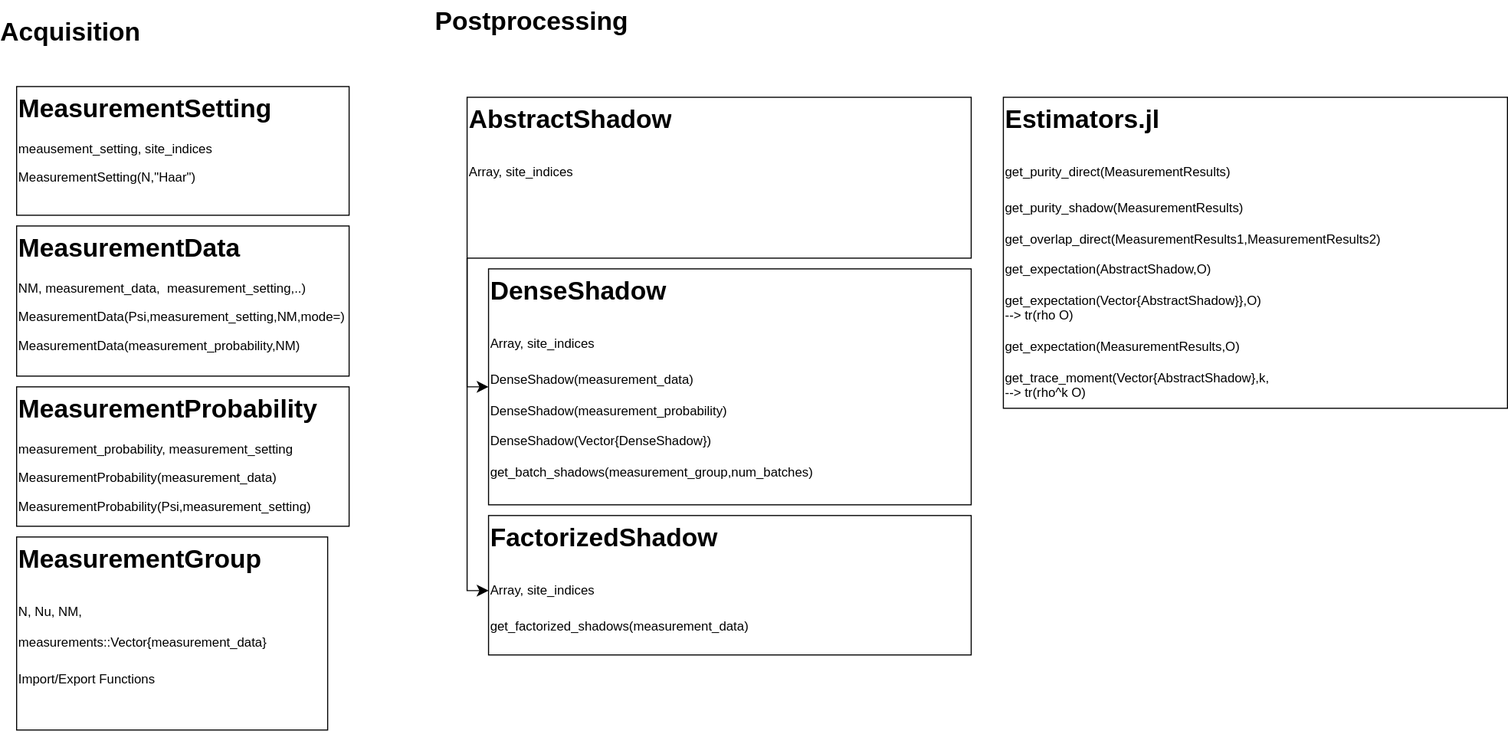
bvermersch/RandomMeas.jl keeps this draw.io diagram as StructureRandomMeas.drawio.svg. Above is the earlier version. Source tidied: cells renumbered, new cells last; positions are measured from the earlier drawing's top-left corner, leaving out a move shared by most shapes.
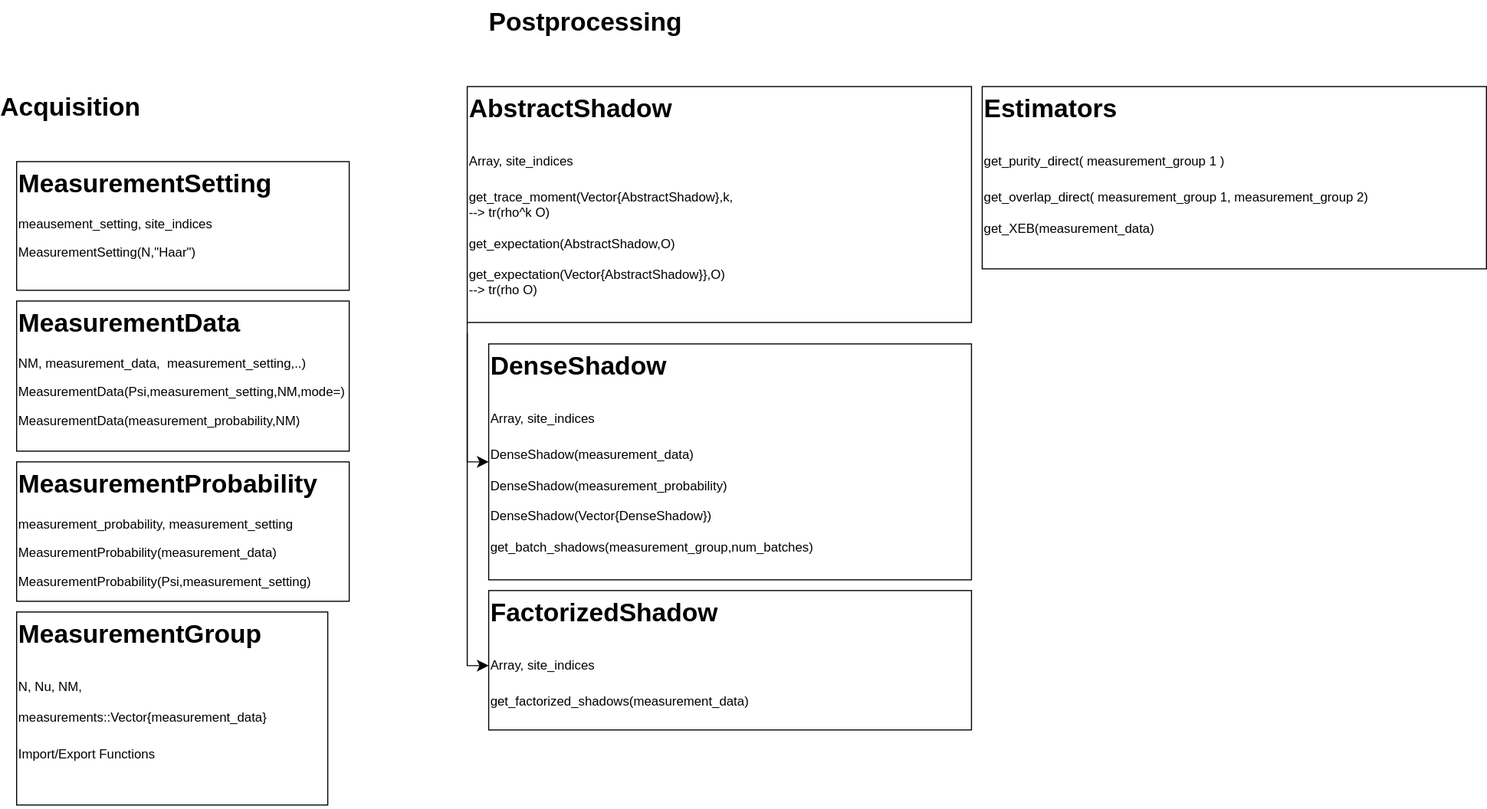
Later version of the same file.

Change to the diagram source:
```diff
@@ -17,8 +17,8 @@
     <mxCell id="6" value="&lt;h1 style=&quot;margin-top: 0px;&quot;&gt;&lt;span style=&quot;background-color: transparent; color: light-dark(rgb(0, 0, 0), rgb(255, 255, 255));&quot;&gt;FactorizedShadow&lt;/span&gt;&lt;/h1&gt;&lt;h1 style=&quot;margin-top: 0px;&quot;&gt;&lt;span style=&quot;background-color: transparent; color: light-dark(rgb(0, 0, 0), rgb(255, 255, 255)); font-size: 12px; font-weight: normal;&quot;&gt;Array, site_indices&lt;/span&gt;&lt;/h1&gt;&lt;div&gt;get_factorized_shadows(measurement_data)&lt;/div&gt;&lt;div&gt;&lt;br&gt;&lt;/div&gt;&lt;div&gt;&lt;br&gt;&lt;/div&gt;" style="text;html=1;whiteSpace=wrap;overflow=hidden;rounded=0;strokeColor=default;" parent="1" vertex="1">
       <mxGeometry x="440" y="480" width="450" height="130" as="geometry" />
     </mxCell>
-    <mxCell id="7" value="&lt;h1 style=&quot;margin-top: 0px;&quot;&gt;&lt;span style=&quot;background-color: transparent; color: light-dark(rgb(0, 0, 0), rgb(255, 255, 255));&quot;&gt;Estimators.jl&lt;/span&gt;&lt;/h1&gt;&lt;h1 style=&quot;margin-top: 0px;&quot;&gt;&lt;span style=&quot;background-color: transparent; color: light-dark(rgb(0, 0, 0), rgb(255, 255, 255)); font-size: 12px; font-weight: normal;&quot;&gt;get_purity_direct(MeasurementResults)&lt;br&gt;&lt;/span&gt;&lt;/h1&gt;&lt;div&gt;get_purity_shadow(MeasurementResults)&lt;/div&gt;&lt;div&gt;&lt;br&gt;&lt;/div&gt;&lt;div&gt;&lt;span style=&quot;background-color: transparent; color: light-dark(rgb(0, 0, 0), rgb(255, 255, 255)); font-size: 12px; font-weight: normal;&quot;&gt;get_overlap_direct(MeasurementResults1,MeasurementResults2)&lt;/span&gt;&lt;/div&gt;&lt;div&gt;&lt;span style=&quot;background-color: transparent; color: light-dark(rgb(0, 0, 0), rgb(255, 255, 255)); font-size: 12px; font-weight: normal;&quot;&gt;&lt;br&gt;&lt;/span&gt;&lt;/div&gt;&lt;div&gt;&lt;div&gt;&lt;span style=&quot;background-color: transparent; color: light-dark(rgb(0, 0, 0), rgb(255, 255, 255));&quot;&gt;get_expectation(AbstractShadow,O)&lt;/span&gt;&lt;/div&gt;&lt;/div&gt;&lt;div&gt;&lt;br&gt;&lt;/div&gt;&lt;div&gt;&lt;div&gt;&lt;span style=&quot;background-color: transparent; color: light-dark(rgb(0, 0, 0), rgb(255, 255, 255));&quot;&gt;get_expectation(Vector{AbstractShadow}},O)&lt;/span&gt;&lt;/div&gt;&lt;/div&gt;&lt;div&gt;&lt;span style=&quot;background-color: transparent; color: light-dark(rgb(0, 0, 0), rgb(255, 255, 255));&quot;&gt;--&amp;gt; tr(rho O)&lt;/span&gt;&lt;/div&gt;&lt;div&gt;&lt;span style=&quot;background-color: transparent; color: light-dark(rgb(0, 0, 0), rgb(255, 255, 255));&quot;&gt;&lt;br&gt;&lt;/span&gt;&lt;/div&gt;&lt;div&gt;&lt;span style=&quot;background-color: transparent; color: light-dark(rgb(0, 0, 0), rgb(255, 255, 255));&quot;&gt;get_expectation(MeasurementResults,O)&lt;/span&gt;&lt;/div&gt;&lt;div&gt;&lt;br&gt;&lt;/div&gt;&lt;div&gt;get_trace_moment(Vector{AbstractShadow},k,&lt;/div&gt;&lt;div&gt;--&amp;gt; tr(rho^k O)&lt;/div&gt;&lt;div&gt;&lt;br&gt;&lt;/div&gt;&lt;div&gt;&lt;br&gt;&lt;/div&gt;&lt;div&gt;&lt;br&gt;&lt;/div&gt;" style="text;html=1;whiteSpace=wrap;overflow=hidden;rounded=0;strokeColor=default;" parent="1" vertex="1">
-      <mxGeometry x="920" y="90" width="470" height="290" as="geometry" />
+    <mxCell id="7" value="&lt;h1 style=&quot;margin-top: 0px;&quot;&gt;&lt;span style=&quot;background-color: transparent; color: light-dark(rgb(0, 0, 0), rgb(255, 255, 255));&quot;&gt;Estimators&lt;/span&gt;&lt;/h1&gt;&lt;h1 style=&quot;margin-top: 0px;&quot;&gt;&lt;span style=&quot;background-color: transparent; color: light-dark(rgb(0, 0, 0), rgb(255, 255, 255)); font-size: 12px; font-weight: normal;&quot;&gt;get_purity_direct(&lt;/span&gt;&lt;span style=&quot;font-size: 12px; font-weight: 400;&quot;&gt;measurement_group&lt;/span&gt;&lt;span style=&quot;border-color: var(--border-color); color: light-dark(rgb(0, 0, 0), rgb(255, 255, 255)); font-size: 12px; font-weight: normal; background-color: transparent;&quot;&gt;1&lt;/span&gt;&lt;span style=&quot;background-color: transparent; color: light-dark(rgb(0, 0, 0), rgb(255, 255, 255)); font-size: 12px; font-weight: normal;&quot;&gt;)&lt;br&gt;&lt;/span&gt;&lt;/h1&gt;&lt;div&gt;&lt;span style=&quot;background-color: transparent; color: light-dark(rgb(0, 0, 0), rgb(255, 255, 255));&quot;&gt;get_overlap_direct(&lt;/span&gt;&lt;span style=&quot;background-color: initial;&quot;&gt;measurement_group&lt;/span&gt;&lt;span style=&quot;background-color: transparent; color: light-dark(rgb(0, 0, 0), rgb(255, 255, 255));&quot;&gt;1,&lt;/span&gt;&lt;span style=&quot;background-color: initial;&quot;&gt;measurement_group&lt;/span&gt;&lt;span style=&quot;background-color: transparent; color: light-dark(rgb(0, 0, 0), rgb(255, 255, 255));&quot;&gt;2)&lt;/span&gt;&lt;br&gt;&lt;/div&gt;&lt;div&gt;&lt;span style=&quot;background-color: transparent; color: light-dark(rgb(0, 0, 0), rgb(255, 255, 255)); font-size: 12px; font-weight: normal;&quot;&gt;&lt;br&gt;&lt;/span&gt;&lt;/div&gt;&lt;div&gt;&lt;span style=&quot;background-color: transparent; color: light-dark(rgb(0, 0, 0), rgb(255, 255, 255)); font-size: 12px; font-weight: normal;&quot;&gt;get_XEB(measurement_data)&lt;/span&gt;&lt;/div&gt;&lt;div&gt;&lt;br&gt;&lt;/div&gt;&lt;div&gt;&lt;br&gt;&lt;/div&gt;" style="text;html=1;whiteSpace=wrap;overflow=hidden;rounded=0;strokeColor=default;" parent="1" vertex="1">
+      <mxGeometry x="900" y="10" width="470" height="170" as="geometry" />
     </mxCell>
     <mxCell id="8" value="&lt;h1 style=&quot;margin-top: 0px;&quot;&gt;MeasurementGroup&lt;/h1&gt;&lt;h1 style=&quot;margin-top: 0px;&quot;&gt;&lt;span style=&quot;background-color: transparent; color: light-dark(rgb(0, 0, 0), rgb(255, 255, 255)); font-size: 12px; font-weight: normal;&quot;&gt;N, Nu, NM, measurements::Vector{measurement_data}&lt;/span&gt;&lt;/h1&gt;&lt;p&gt;Import/Export Functions&lt;/p&gt;&lt;p&gt;&lt;br&gt;&lt;/p&gt;&lt;p&gt;&lt;br&gt;&lt;/p&gt;" style="text;html=1;whiteSpace=wrap;overflow=hidden;rounded=0;strokeColor=default;" parent="1" vertex="1">
       <mxGeometry y="500" width="290" height="180" as="geometry" />
@@ -27,10 +27,10 @@
       <mxGeometry y="10" width="100" height="40" as="geometry" />
     </mxCell>
     <mxCell id="10" value="Postprocessing" style="text;strokeColor=none;fillColor=none;html=1;fontSize=24;fontStyle=1;verticalAlign=middle;align=center;" parent="1" vertex="1">
-      <mxGeometry x="440" width="80" height="40" as="geometry" />
+      <mxGeometry x="490" y="-70" width="80" height="40" as="geometry" />
     </mxCell>
-    <mxCell id="11" value="&lt;h1 style=&quot;margin-top: 0px;&quot;&gt;&lt;span style=&quot;background-color: transparent; color: light-dark(rgb(0, 0, 0), rgb(255, 255, 255));&quot;&gt;AbstractShadow&lt;/span&gt;&lt;/h1&gt;&lt;h1 style=&quot;margin-top: 0px;&quot;&gt;&lt;span style=&quot;background-color: transparent; color: light-dark(rgb(0, 0, 0), rgb(255, 255, 255)); font-size: 12px; font-weight: normal;&quot;&gt;Array, site_indices&lt;/span&gt;&lt;br&gt;&lt;/h1&gt;&lt;div&gt;&lt;br&gt;&lt;/div&gt;" style="text;html=1;whiteSpace=wrap;overflow=hidden;rounded=0;strokeColor=default;" parent="1" vertex="1">
-      <mxGeometry x="420" y="90" width="470" height="150" as="geometry" />
+    <mxCell id="11" value="&lt;h1 style=&quot;margin-top: 0px;&quot;&gt;&lt;span style=&quot;background-color: transparent; color: light-dark(rgb(0, 0, 0), rgb(255, 255, 255));&quot;&gt;AbstractShadow&lt;/span&gt;&lt;/h1&gt;&lt;h1 style=&quot;margin-top: 0px;&quot;&gt;&lt;span style=&quot;background-color: transparent; color: light-dark(rgb(0, 0, 0), rgb(255, 255, 255)); font-size: 12px; font-weight: normal;&quot;&gt;Array, site_indices&lt;/span&gt;&lt;br&gt;&lt;/h1&gt;&lt;div&gt;&lt;div style=&quot;border-color: var(--border-color);&quot;&gt;get_trace_moment(Vector{AbstractShadow},k,&lt;/div&gt;&lt;div style=&quot;border-color: var(--border-color);&quot;&gt;--&amp;gt; tr(rho^k O)&lt;/div&gt;&lt;/div&gt;&lt;div style=&quot;border-color: var(--border-color);&quot;&gt;&lt;br&gt;&lt;/div&gt;&lt;div style=&quot;border-color: var(--border-color);&quot;&gt;&lt;div style=&quot;border-color: var(--border-color);&quot;&gt;&lt;div style=&quot;border-color: var(--border-color);&quot;&gt;&lt;span style=&quot;border-color: var(--border-color); background-color: transparent; color: light-dark(rgb(0, 0, 0), rgb(255, 255, 255));&quot;&gt;get_expectation(AbstractShadow,O)&lt;/span&gt;&lt;/div&gt;&lt;/div&gt;&lt;div style=&quot;border-color: var(--border-color);&quot;&gt;&lt;br style=&quot;border-color: var(--border-color);&quot;&gt;&lt;/div&gt;&lt;div style=&quot;border-color: var(--border-color);&quot;&gt;&lt;div style=&quot;border-color: var(--border-color);&quot;&gt;&lt;span style=&quot;border-color: var(--border-color); background-color: transparent; color: light-dark(rgb(0, 0, 0), rgb(255, 255, 255));&quot;&gt;get_expectation(Vector{AbstractShadow}},O)&lt;/span&gt;&lt;/div&gt;&lt;/div&gt;&lt;div style=&quot;border-color: var(--border-color);&quot;&gt;&lt;span style=&quot;border-color: var(--border-color); background-color: transparent; color: light-dark(rgb(0, 0, 0), rgb(255, 255, 255));&quot;&gt;--&amp;gt; tr(rho O)&lt;/span&gt;&lt;/div&gt;&lt;/div&gt;" style="text;html=1;whiteSpace=wrap;overflow=hidden;rounded=0;strokeColor=default;" parent="1" vertex="1">
+      <mxGeometry x="420" y="10" width="470" height="220" as="geometry" />
     </mxCell>
     <mxCell id="12" style="edgeStyle=segmentEdgeStyle;endArrow=classic;html=1;curved=0;rounded=0;endSize=8;startSize=8;entryX=0;entryY=0.5;entryDx=0;entryDy=0;exitX=0;exitY=1;exitDx=0;exitDy=0;" parent="1" edge="1" source="11" target="5">
       <mxGeometry relative="1" as="geometry">
```
